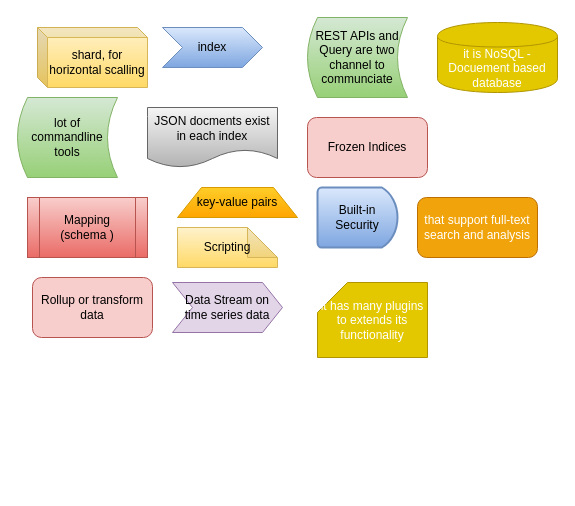
paramothers/books keeps this draw.io diagram as page "ES-General" (1 of 10) of My Articles/elastic stack/Elastic Search Understanding.drawio. Above is the earlier version. Source tidied: cells renumbered, new cells numbered last; positions are measured from the earlier drawing's top-left corner, leaving out a move shared by most shapes. Both pictures are drawn from the tidied source at 100%, with x=0, y=0 at pixel (17, 17).
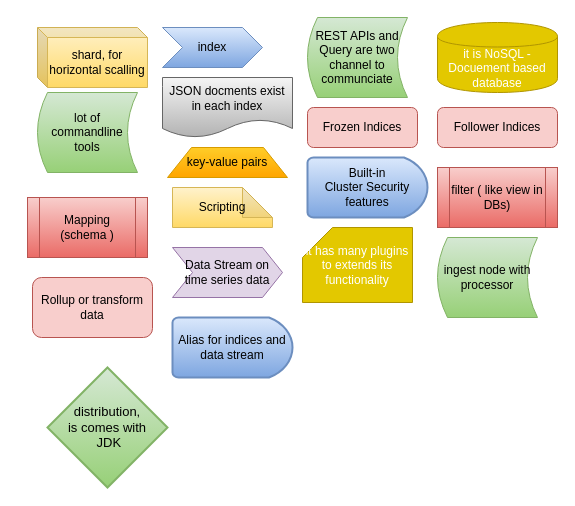
The same diagram, later.

Diff of the diagram source:
```diff
@@
     <mxCell id="3" value="JSON docments exist in each index" style="shape=document;whiteSpace=wrap;html=1;boundedLbl=1;gradientColor=#b3b3b3;fillColor=#f5f5f5;strokeColor=#666666;" parent="1" vertex="1">
-      <mxGeometry x="130" y="90" width="130" height="60" as="geometry" />
+      <mxGeometry x="145" y="60" width="130" height="60" as="geometry" />
     </mxCell>
     <mxCell id="4" value="key-value pairs" style="shape=trapezoid;perimeter=trapezoidPerimeter;whiteSpace=wrap;html=1;gradientColor=#ffa500;fillColor=#ffcd28;strokeColor=#d79b00;" parent="1" vertex="1">
-      <mxGeometry x="160" y="170" width="120" height="30" as="geometry" />
+      <mxGeometry x="150" y="130" width="120" height="30" as="geometry" />
     </mxCell>
@@
     <mxCell id="8" value="it has many plugins to extends its functionality" style="shape=card;whiteSpace=wrap;html=1;fillColor=#e3c800;strokeColor=#B09500;fontColor=#ffffff;" parent="1" vertex="1">
-      <mxGeometry x="300" y="265" width="110" height="75" as="geometry" />
+      <mxGeometry x="285" y="210" width="110" height="75" as="geometry" />
     </mxCell>
@@
-    <mxCell id="10" value="that support full-text search and analysis" style="rounded=1;whiteSpace=wrap;html=1;fillColor=#f0a30a;strokeColor=#BD7000;fontColor=#ffffff;" parent="1" vertex="1">
-      <mxGeometry x="400" y="180" width="120" height="60" as="geometry" />
-    </mxCell>
     <mxCell id="11" value="Frozen Indices" style="rounded=1;whiteSpace=wrap;html=1;fillColor=#f8cecc;strokeColor=#b85450;" parent="1" vertex="1">
-      <mxGeometry x="290" y="100" width="120" height="60" as="geometry" />
+      <mxGeometry x="290" y="90" width="110" height="40" as="geometry" />
     </mxCell>
     <mxCell id="12" value="Data Stream on time series data" style="shape=step;perimeter=stepPerimeter;whiteSpace=wrap;html=1;fixedSize=1;fillColor=#e1d5e7;strokeColor=#9673a6;" parent="1" vertex="1">
-      <mxGeometry x="155" y="265" width="110" height="50" as="geometry" />
+      <mxGeometry x="155" y="230" width="110" height="50" as="geometry" />
     </mxCell>
     <mxCell id="13" value="Scripting" style="shape=note;whiteSpace=wrap;html=1;backgroundOutline=1;darkOpacity=0.05;gradientColor=#ffd966;fillColor=#fff2cc;strokeColor=#d6b656;" parent="1" vertex="1">
-      <mxGeometry x="160" y="210" width="100" height="40" as="geometry" />
+      <mxGeometry x="155" y="170" width="100" height="40" as="geometry" />
     </mxCell>
@@
     <mxCell id="15" value="lot of commandline tools" style="shape=dataStorage;whiteSpace=wrap;html=1;strokeWidth=1;gradientColor=#97d077;fillColor=#d5e8d4;strokeColor=#82b366;" parent="1" vertex="1">
-      <mxGeometry y="80" width="100" height="80" as="geometry" />
+      <mxGeometry x="20" y="75" width="100" height="80" as="geometry" />
     </mxCell>
-    <mxCell id="16" value="Built-in &lt;br&gt;Security" style="strokeWidth=2;html=1;shape=mxgraph.flowchart.delay;whiteSpace=wrap;gradientColor=#7ea6e0;fillColor=#dae8fc;strokeColor=#6c8ebf;" parent="1" vertex="1">
-      <mxGeometry x="300" y="170" width="80" height="60" as="geometry" />
+    <mxCell id="16" value="Built-in &lt;br&gt;Cluster Security features" style="strokeWidth=2;html=1;shape=mxgraph.flowchart.delay;whiteSpace=wrap;gradientColor=#7ea6e0;fillColor=#dae8fc;strokeColor=#6c8ebf;" parent="1" vertex="1">
+      <mxGeometry x="290" y="140" width="120" height="60" as="geometry" />
     </mxCell>
+    <mxCell id="17" value="Follower Indices" style="rounded=1;whiteSpace=wrap;html=1;fillColor=#f8cecc;strokeColor=#b85450;" parent="1" vertex="1">
+      <mxGeometry x="420" y="90" width="120" height="40" as="geometry" />
+    </mxCell>
+    <mxCell id="18" value="Alias for indices and data stream" style="strokeWidth=2;html=1;shape=mxgraph.flowchart.delay;whiteSpace=wrap;gradientColor=#7ea6e0;fillColor=#dae8fc;strokeColor=#6c8ebf;" parent="1" vertex="1">
+      <mxGeometry x="155" y="300" width="120" height="60" as="geometry" />
+    </mxCell>
+    <mxCell id="19" value="filter ( like view in DBs)" style="shape=process;whiteSpace=wrap;html=1;backgroundOutline=1;gradientColor=#ea6b66;fillColor=#f8cecc;strokeColor=#b85450;" parent="1" vertex="1">
+      <mxGeometry x="420" y="150" width="120" height="60" as="geometry" />
+    </mxCell>
+    <mxCell id="20" value="ingest node with processor" style="shape=dataStorage;whiteSpace=wrap;html=1;strokeWidth=1;gradientColor=#97d077;fillColor=#d5e8d4;strokeColor=#82b366;" parent="1" vertex="1">
+      <mxGeometry x="420" y="220" width="100" height="80" as="geometry" />
+    </mxCell>
+    <mxCell id="21" value="distribution, &lt;br&gt;is comes with&lt;br&gt;&amp;nbsp;JDK" style="rhombus;whiteSpace=wrap;html=1;strokeColor=#82b366;strokeWidth=2;fontSize=13;align=center;gradientColor=#97d077;fillColor=#d5e8d4;" parent="1" vertex="1">
+      <mxGeometry x="30" y="350" width="120" height="120" as="geometry" />
+    </mxCell>
```
